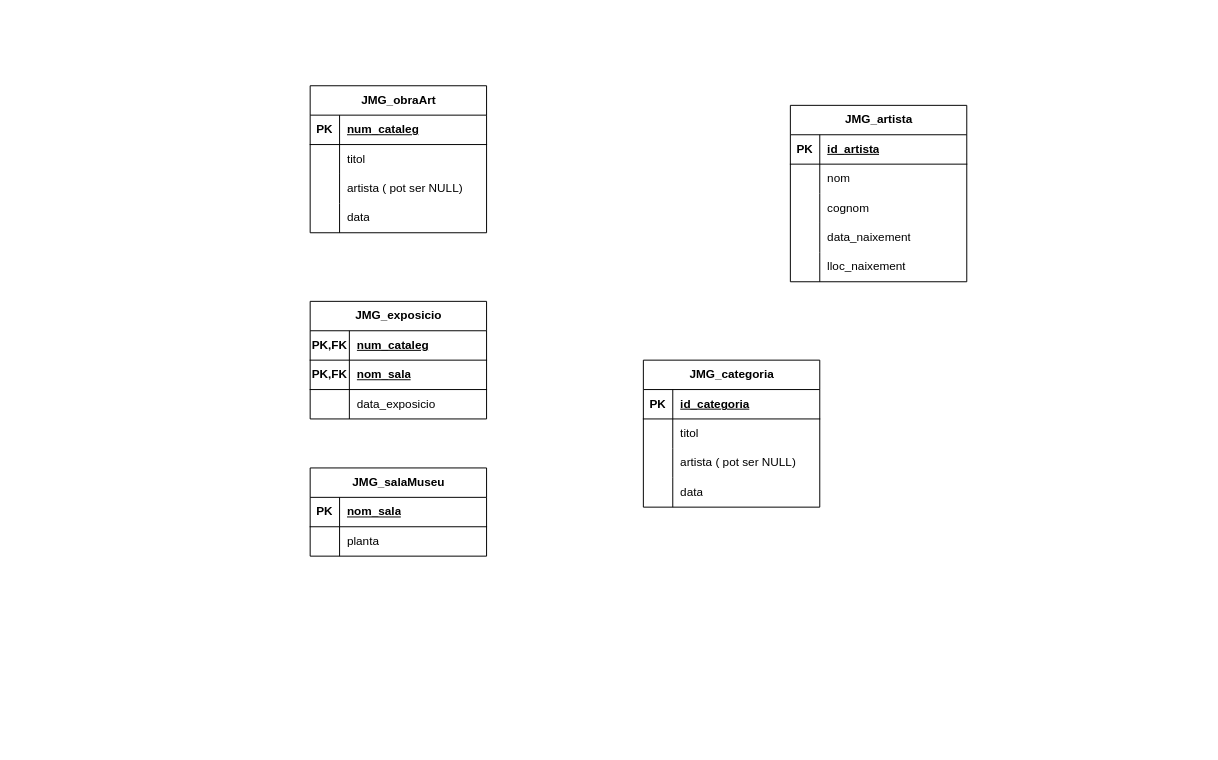
Jordi-debug/Hello-Git keeps this draw.io diagram as examen.drawio. Above is the earlier version. Source tidied: cells renumbered, new cells numbered last; positions are measured from the earlier drawing's top-left corner, leaving out a move shared by most shapes. Both pictures are drawn from the tidied source at 98%, with x=0, y=0 at pixel (310, 85).
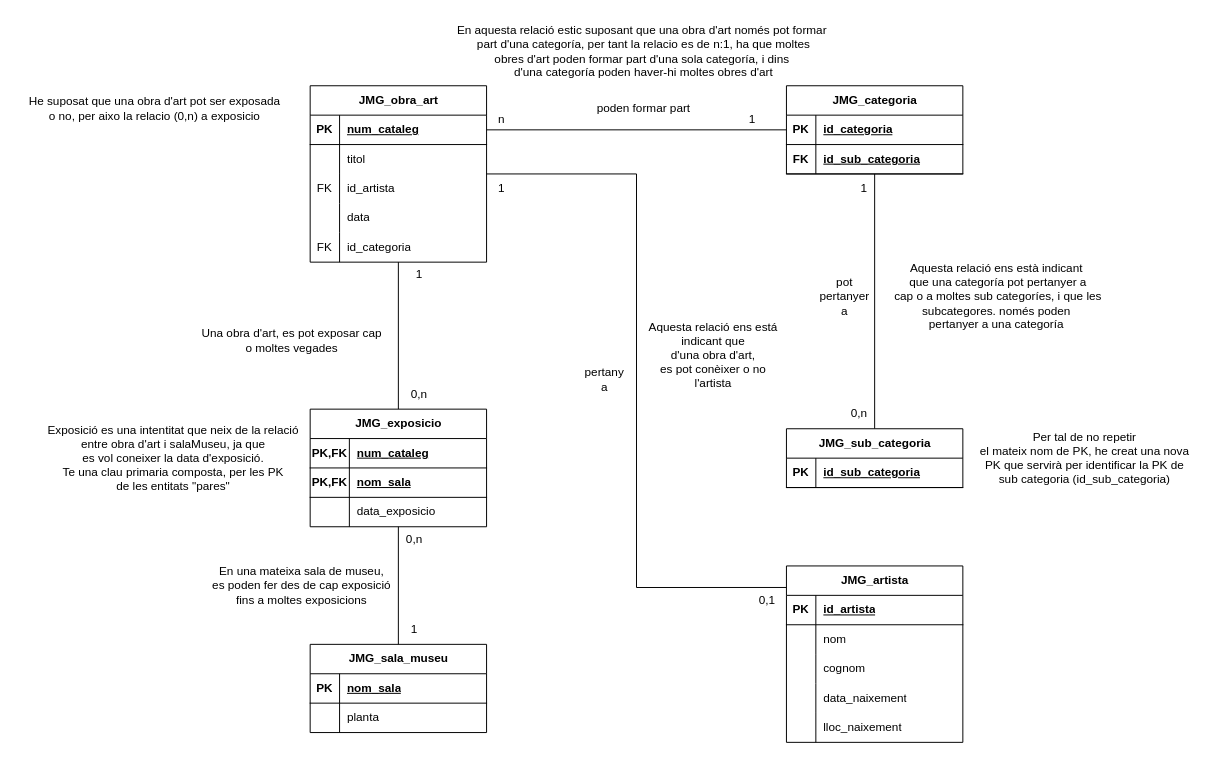
The same diagram, later.

Unchanged cells that the change refers to:
```xml
<mxCell id="3" style="shape=tableRow;horizontal=0;startSize=0;swimlaneHead=0;swimlaneBody=0;fillColor=none;points=[[0,0.5],[1,0.5]];portConstraint=eastwest;top=0;left=0;right=0;bottom=1;" parent="2" vertex="1">
  <mxGeometry y="30" width="180" height="30" as="geometry" />
</mxCell>
<mxCell id="9" style="shape=tableRow;horizontal=0;startSize=0;swimlaneHead=0;swimlaneBody=0;fillColor=none;top=0;left=0;right=0;bottom=0;" parent="2" vertex="1">
  <mxGeometry y="90" width="180" height="30" as="geometry" />
</mxCell>
<mxCell id="49" style="shape=tableRow;horizontal=0;startSize=0;swimlaneHead=0;swimlaneBody=0;fillColor=none;points=[[0,0.5],[1,0.5]];portConstraint=eastwest;top=0;left=0;right=0;bottom=1;" parent="48" vertex="1">
  <mxGeometry y="30" width="180" height="30" as="geometry" />
</mxCell>
```

Change to the diagram source:
```diff
@@
+    <mxCell id="61" style="edgeStyle=orthogonalEdgeStyle;rounded=0;jettySize=auto;html=1;entryX=0.5;entryY=0;entryDx=0;entryDy=0;endArrow=none;endFill=0;" parent="1" edge="1" source="2" target="38">
+      <mxGeometry relative="1" as="geometry" />
+    </mxCell>
-    <mxCell id="2" value="JMG_obraArt" style="shape=table;startSize=30;childLayout=tableLayout;rowLines=0;fontStyle=1;align=center;html=1;" parent="1" vertex="1">
-      <mxGeometry width="180" height="150" as="geometry" />
+    <mxCell id="2" value="JMG_obra_art" style="shape=table;startSize=30;childLayout=tableLayout;rowLines=0;fontStyle=1;align=center;html=1;" parent="1" vertex="1">
+      <mxGeometry width="180" height="180" as="geometry" />
     </mxCell>
@@
-    <mxCell id="10" style="shape=partialRectangle;fillColor=none;top=0;left=0;bottom=0;right=0;overflow=hidden;whiteSpace=wrap;html=1;" parent="9" vertex="1">
+    <mxCell id="10" value="FK" style="shape=partialRectangle;fillColor=none;top=0;left=0;bottom=0;right=0;overflow=hidden;whiteSpace=wrap;html=1;" parent="9" vertex="1">
       <mxGeometry width="30" height="30" as="geometry" />
     </mxCell>
-    <mxCell id="11" value="artista ( pot ser NULL)" style="shape=partialRectangle;fillColor=none;top=0;left=0;bottom=0;right=0;align=left;spacingLeft=6;overflow=hidden;whiteSpace=wrap;html=1;" parent="9" vertex="1">
+    <mxCell id="11" value="id_artista" style="shape=partialRectangle;fillColor=none;top=0;left=0;bottom=0;right=0;align=left;spacingLeft=6;overflow=hidden;whiteSpace=wrap;html=1;" parent="9" vertex="1">
       <mxGeometry x="30" width="150" height="30" as="geometry" />
     </mxCell>
@@
+    <mxCell id="62" style="shape=tableRow;horizontal=0;startSize=0;swimlaneHead=0;swimlaneBody=0;fillColor=none;top=0;left=0;right=0;bottom=0;" parent="2" vertex="1">
+      <mxGeometry y="150" width="180" height="30" as="geometry" />
+    </mxCell>
+    <mxCell id="63" value="FK" style="shape=partialRectangle;fillColor=none;top=0;left=0;bottom=0;right=0;overflow=hidden;whiteSpace=wrap;html=1;" parent="62" vertex="1">
+      <mxGeometry width="30" height="30" as="geometry" />
+    </mxCell>
+    <mxCell id="64" value="id_categoria" style="shape=partialRectangle;fillColor=none;top=0;left=0;bottom=0;right=0;align=left;spacingLeft=6;overflow=hidden;whiteSpace=wrap;html=1;" parent="62" vertex="1">
+      <mxGeometry x="30" width="150" height="30" as="geometry" />
+    </mxCell>
     <mxCell id="15" value="JMG_artista" style="shape=table;startSize=30;childLayout=tableLayout;rowLines=0;fontStyle=1;align=center;html=1;" parent="1" vertex="1">
-      <mxGeometry x="490" y="20" width="180" height="180" as="geometry" />
+      <mxGeometry x="486" y="490" width="180" height="180" as="geometry" />
     </mxCell>
@@
-    <mxCell id="31" value="JMG_salaMuseu" style="shape=table;startSize=30;childLayout=tableLayout;rowLines=0;fontStyle=1;align=center;html=1;" parent="1" vertex="1">
-      <mxGeometry y="390" width="180" height="90" as="geometry" />
+    <mxCell id="31" value="JMG_sala_museu" style="shape=table;startSize=30;childLayout=tableLayout;rowLines=0;fontStyle=1;align=center;html=1;" parent="1" vertex="1">
+      <mxGeometry y="570" width="180" height="90" as="geometry" />
     </mxCell>
@@
+    <mxCell id="65" style="edgeStyle=orthogonalEdgeStyle;rounded=0;jettySize=auto;html=1;entryX=0.5;entryY=0;entryDx=0;entryDy=0;endArrow=none;endFill=0;" parent="1" edge="1" source="38" target="31">
+      <mxGeometry relative="1" as="geometry" />
+    </mxCell>
     <mxCell id="38" value="JMG_exposicio" style="shape=table;startSize=30;childLayout=tableLayout;rowLines=0;fontStyle=1;align=center;html=1;" parent="1" vertex="1">
-      <mxGeometry y="220" width="180" height="120" as="geometry" />
+      <mxGeometry y="330" width="180" height="120" as="geometry" />
     </mxCell>
@@
+    <mxCell id="66" style="edgeStyle=orthogonalEdgeStyle;rounded=0;jettySize=auto;html=1;entryX=0.5;entryY=0;entryDx=0;entryDy=0;endArrow=none;endFill=0;" parent="1" edge="1" source="48" target="71">
+      <mxGeometry relative="1" as="geometry" />
+    </mxCell>
     <mxCell id="48" value="JMG_categoria" style="shape=table;startSize=30;childLayout=tableLayout;rowLines=0;fontStyle=1;align=center;html=1;" parent="1" vertex="1">
-      <mxGeometry x="340" y="280" width="180" height="150" as="geometry" />
+      <mxGeometry x="486" width="180" height="90" as="geometry" />
     </mxCell>
@@
-    <mxCell id="52" style="shape=tableRow;horizontal=0;startSize=0;swimlaneHead=0;swimlaneBody=0;fillColor=none;top=0;left=0;right=0;bottom=0;" parent="48" vertex="1">
-      <mxGeometry y="60" width="180" height="30" as="geometry" />
-    </mxCell>
-    <mxCell id="53" style="shape=partialRectangle;fillColor=none;top=0;left=0;bottom=0;right=0;overflow=hidden;whiteSpace=wrap;html=1;" parent="52" vertex="1">
-      <mxGeometry width="30" height="30" as="geometry" />
-    </mxCell>
-    <mxCell id="54" value="titol" style="shape=partialRectangle;fillColor=none;top=0;left=0;bottom=0;right=0;align=left;spacingLeft=6;overflow=hidden;whiteSpace=wrap;html=1;" parent="52" vertex="1">
-      <mxGeometry x="30" width="150" height="30" as="geometry" />
-    </mxCell>
-    <mxCell id="55" style="shape=tableRow;horizontal=0;startSize=0;swimlaneHead=0;swimlaneBody=0;fillColor=none;top=0;left=0;right=0;bottom=0;" parent="48" vertex="1">
-      <mxGeometry y="90" width="180" height="30" as="geometry" />
-    </mxCell>
-    <mxCell id="56" style="shape=partialRectangle;fillColor=none;top=0;left=0;bottom=0;right=0;overflow=hidden;whiteSpace=wrap;html=1;" parent="55" vertex="1">
-      <mxGeometry width="30" height="30" as="geometry" />
-    </mxCell>
-    <mxCell id="57" value="artista ( pot ser NULL)" style="shape=partialRectangle;fillColor=none;top=0;left=0;bottom=0;right=0;align=left;spacingLeft=6;overflow=hidden;whiteSpace=wrap;html=1;" parent="55" vertex="1">
-      <mxGeometry x="30" width="150" height="30" as="geometry" />
-    </mxCell>
-    <mxCell id="58" style="shape=tableRow;horizontal=0;startSize=0;swimlaneHead=0;swimlaneBody=0;fillColor=none;top=0;left=0;right=0;bottom=0;" parent="48" vertex="1">
-      <mxGeometry y="120" width="180" height="30" as="geometry" />
-    </mxCell>
-    <mxCell id="59" style="shape=partialRectangle;fillColor=none;top=0;left=0;bottom=0;right=0;overflow=hidden;whiteSpace=wrap;html=1;" parent="58" vertex="1">
-      <mxGeometry width="30" height="30" as="geometry" />
-    </mxCell>
-    <mxCell id="60" value="data" style="shape=partialRectangle;fillColor=none;top=0;left=0;bottom=0;right=0;align=left;spacingLeft=6;overflow=hidden;whiteSpace=wrap;html=1;" parent="58" vertex="1">
-      <mxGeometry x="30" width="150" height="30" as="geometry" />
-    </mxCell>
+    <mxCell id="67" style="shape=tableRow;horizontal=0;startSize=0;swimlaneHead=0;swimlaneBody=0;fillColor=none;top=0;left=0;right=0;bottom=1;" parent="48" vertex="1">
+      <mxGeometry y="60" width="180" height="30" as="geometry" />
+    </mxCell>
+    <mxCell id="68" value="FK" style="shape=partialRectangle;fillColor=none;top=0;left=0;bottom=0;right=0;fontStyle=1;overflow=hidden;whiteSpace=wrap;html=1;" parent="67" vertex="1">
+      <mxGeometry width="30" height="30" as="geometry" />
+    </mxCell>
+    <mxCell id="69" value="id_sub_categoria" style="shape=partialRectangle;fillColor=none;top=0;left=0;bottom=0;right=0;align=left;spacingLeft=6;fontStyle=5;overflow=hidden;whiteSpace=wrap;html=1;" parent="67" vertex="1">
+      <mxGeometry x="30" width="150" height="30" as="geometry" />
+    </mxCell>
+    <mxCell id="70" style="edgeStyle=orthogonalEdgeStyle;rounded=0;jettySize=auto;html=1;entryX=0;entryY=0.5;entryDx=0;entryDy=0;endArrow=none;endFill=0;" parent="1" edge="1" source="3" target="49">
+      <mxGeometry relative="1" as="geometry" />
+    </mxCell>
+    <mxCell id="71" value="JMG_sub_categoria" style="shape=table;startSize=30;childLayout=tableLayout;rowLines=0;fontStyle=1;align=center;html=1;" parent="1" vertex="1">
+      <mxGeometry x="486" y="350" width="180" height="60" as="geometry" />
+    </mxCell>
+    <mxCell id="72" style="shape=tableRow;horizontal=0;startSize=0;swimlaneHead=0;swimlaneBody=0;fillColor=none;top=0;left=0;right=0;bottom=1;" parent="71" vertex="1">
+      <mxGeometry y="30" width="180" height="30" as="geometry" />
+    </mxCell>
+    <mxCell id="73" value="PK" style="shape=partialRectangle;fillColor=none;top=0;left=0;bottom=0;right=0;fontStyle=1;overflow=hidden;whiteSpace=wrap;html=1;" parent="72" vertex="1">
+      <mxGeometry width="30" height="30" as="geometry" />
+    </mxCell>
+    <mxCell id="74" value="id_sub_categoria" style="shape=partialRectangle;fillColor=none;top=0;left=0;bottom=0;right=0;align=left;spacingLeft=6;fontStyle=5;overflow=hidden;whiteSpace=wrap;html=1;" parent="72" vertex="1">
+      <mxGeometry x="30" width="150" height="30" as="geometry" />
+    </mxCell>
+    <mxCell id="75" style="edgeStyle=orthogonalEdgeStyle;rounded=0;jettySize=auto;html=1;entryX=0;entryY=0.122;entryDx=0;entryDy=0;entryPerimeter=0;endArrow=none;endFill=0;" parent="1" edge="1" source="2" target="15">
+      <mxGeometry relative="1" as="geometry" />
+    </mxCell>
+    <mxCell id="76" value="&lt;div&gt;Per tal de no repetir &lt;br&gt;&lt;/div&gt;&lt;div&gt;el mateix nom de PK, he creat una nova&lt;/div&gt;&lt;div&gt;PK que servirà per identificar la PK de&lt;/div&gt;&lt;div&gt;sub categoria (id_sub_categoria)&lt;br&gt;&lt;/div&gt;" style="text;html=1;align=center;verticalAlign=middle;strokeColor=none;fillColor=none;" parent="1" vertex="1">
+      <mxGeometry x="670" y="345" width="240" height="70" as="geometry" />
+    </mxCell>
+    <mxCell id="77" value="1" style="text;html=1;align=center;verticalAlign=middle;strokeColor=none;fillColor=none;" parent="1" vertex="1">
+      <mxGeometry x="550" y="90" width="30" height="30" as="geometry" />
+    </mxCell>
+    <mxCell id="78" value="0,n" style="text;html=1;align=center;verticalAlign=middle;strokeColor=none;fillColor=none;" parent="1" vertex="1">
+      <mxGeometry x="540" y="320" width="40" height="30" as="geometry" />
+    </mxCell>
+    <mxCell id="79" value="&lt;div&gt;pot&lt;/div&gt;&lt;div&gt;pertanyer &lt;br&gt;&lt;/div&gt;&lt;div&gt;a&lt;br&gt;&lt;/div&gt;" style="text;html=1;align=center;verticalAlign=middle;strokeColor=none;fillColor=none;" parent="1" vertex="1">
+      <mxGeometry x="510" y="185" width="70" height="60" as="geometry" />
+    </mxCell>
+    <mxCell id="80" value="&lt;div&gt;Aquesta relació ens està indicant&lt;/div&gt;&lt;div&gt;&amp;nbsp;que una categoría pot pertanyer a&lt;/div&gt;&lt;div&gt;&amp;nbsp;cap o a moltes sub categoríes, i que les &lt;br&gt;&lt;/div&gt;&lt;div&gt;subcategores. només poden &lt;br&gt;&lt;/div&gt;&lt;div&gt;pertanyer a una categoría&lt;br&gt;&lt;/div&gt;" style="text;html=1;align=center;verticalAlign=middle;strokeColor=none;fillColor=none;" parent="1" vertex="1">
+      <mxGeometry x="580" y="170" width="240" height="90" as="geometry" />
+    </mxCell>
+    <mxCell id="81" value="1" style="text;html=1;align=center;verticalAlign=middle;strokeColor=none;fillColor=none;" parent="1" vertex="1">
+      <mxGeometry x="180" y="90" width="30" height="30" as="geometry" />
+    </mxCell>
+    <mxCell id="82" value="0,1" style="text;html=1;align=center;verticalAlign=middle;strokeColor=none;fillColor=none;" parent="1" vertex="1">
+      <mxGeometry x="446" y="510" width="40" height="30" as="geometry" />
+    </mxCell>
+    <mxCell id="83" value="&lt;div&gt;pertany&lt;/div&gt;&lt;div&gt;a&lt;br&gt;&lt;/div&gt;" style="text;html=1;align=center;verticalAlign=middle;strokeColor=none;fillColor=none;" parent="1" vertex="1">
+      <mxGeometry x="270" y="280" width="60" height="40" as="geometry" />
+    </mxCell>
+    <mxCell id="84" value="&lt;div&gt;Aquesta relació ens está&lt;/div&gt;&lt;div&gt;&amp;nbsp;indicant que&amp;nbsp;&lt;/div&gt;&lt;div&gt;d'una obra d'art,&lt;/div&gt;&lt;div&gt;es pot conèixer o no &lt;br&gt;&lt;/div&gt;&lt;div&gt;l'artista&lt;br&gt;&lt;/div&gt;" style="text;html=1;align=center;verticalAlign=middle;strokeColor=none;fillColor=none;" parent="1" vertex="1">
+      <mxGeometry x="336" y="230" width="150" height="90" as="geometry" />
+    </mxCell>
+    <mxCell id="85" value="1" style="text;html=1;align=center;verticalAlign=middle;strokeColor=none;fillColor=none;" parent="1" vertex="1">
+      <mxGeometry x="96" y="178" width="30" height="30" as="geometry" />
+    </mxCell>
+    <mxCell id="86" value="0,n" style="text;html=1;align=center;verticalAlign=middle;strokeColor=none;fillColor=none;" parent="1" vertex="1">
+      <mxGeometry x="91" y="300" width="40" height="30" as="geometry" />
+    </mxCell>
+    <mxCell id="87" value="n" style="text;html=1;align=center;verticalAlign=middle;strokeColor=none;fillColor=none;" parent="1" vertex="1">
+      <mxGeometry x="180" y="20" width="30" height="30" as="geometry" />
+    </mxCell>
+    <mxCell id="88" value="&lt;div&gt;1&lt;/div&gt;" style="text;html=1;align=center;verticalAlign=middle;strokeColor=none;fillColor=none;" parent="1" vertex="1">
+      <mxGeometry x="436" y="20" width="30" height="30" as="geometry" />
+    </mxCell>
+    <mxCell id="89" value="poden formar part" style="text;html=1;align=center;verticalAlign=middle;strokeColor=none;fillColor=none;" parent="1" vertex="1">
+      <mxGeometry x="280" y="8" width="120" height="30" as="geometry" />
+    </mxCell>
+    <mxCell id="90" value="&lt;div&gt;En aquesta relació estic suposant que una obra d'art només pot formar&amp;nbsp;&lt;/div&gt;&lt;div&gt;part d'una categoría, per tant la relacio es de n:1, ha que moltes &lt;br&gt;&lt;/div&gt;&lt;div&gt;obres d'art poden formar part d'una sola categoría, i dins&amp;nbsp;&lt;/div&gt;&lt;div&gt;d'una categoría poden haver-hi moltes obres d'art&lt;br&gt;&lt;/div&gt;" style="text;html=1;align=center;verticalAlign=middle;strokeColor=none;fillColor=none;" parent="1" vertex="1">
+      <mxGeometry x="140" y="-70" width="400" height="70" as="geometry" />
+    </mxCell>
+    <mxCell id="91" value="1" style="text;html=1;align=center;verticalAlign=middle;strokeColor=none;fillColor=none;" parent="1" vertex="1">
+      <mxGeometry x="91" y="540" width="30" height="30" as="geometry" />
+    </mxCell>
+    <mxCell id="92" value="0,n" style="text;html=1;align=center;verticalAlign=middle;strokeColor=none;fillColor=none;" parent="1" vertex="1">
+      <mxGeometry x="86" y="448" width="40" height="30" as="geometry" />
+    </mxCell>
+    <mxCell id="93" value="&lt;div&gt;En una mateixa sala de museu,&lt;/div&gt;&lt;div&gt;&amp;nbsp;es poden fer des de cap exposició&amp;nbsp;&lt;/div&gt;&lt;div&gt;fins a moltes exposicions&lt;br&gt;&lt;/div&gt;" style="text;html=1;align=center;verticalAlign=middle;strokeColor=none;fillColor=none;" parent="1" vertex="1">
+      <mxGeometry x="-114" y="480" width="210" height="60" as="geometry" />
+    </mxCell>
+    <mxCell id="94" value="&lt;div&gt;Una obra d'art, es pot exposar cap&lt;/div&gt;&lt;div&gt;o moltes vegades&lt;br&gt;&lt;/div&gt;" style="text;html=1;align=center;verticalAlign=middle;strokeColor=none;fillColor=none;" parent="1" vertex="1">
+      <mxGeometry x="-124" y="240" width="210" height="40" as="geometry" />
+    </mxCell>
+    <mxCell id="95" value="&lt;div&gt;Exposició es una intentitat que neix de la relació &lt;br&gt;&lt;/div&gt;&lt;div&gt;entre obra d'art i salaMuseu, ja que&lt;/div&gt;&lt;div&gt;es vol coneixer la data d'exposició.&lt;/div&gt;&lt;div&gt;Te una clau primaria composta, per les PK&lt;/div&gt;&lt;div&gt;de les entitats &quot;pares&quot;&lt;br&gt;&lt;/div&gt;" style="text;html=1;align=center;verticalAlign=middle;strokeColor=none;fillColor=none;" parent="1" vertex="1">
+      <mxGeometry x="-280" y="335" width="280" height="90" as="geometry" />
+    </mxCell>
+    <mxCell id="96" value="&lt;div&gt;He suposat que una obra d'art pot ser exposada &lt;br&gt;&lt;/div&gt;&lt;div&gt;o no, per aixo la relacio (0,n) a exposicio&lt;br&gt;&lt;/div&gt;" style="text;html=1;align=center;verticalAlign=middle;strokeColor=none;fillColor=none;" parent="1" vertex="1">
+      <mxGeometry x="-299" y="3" width="280" height="40" as="geometry" />
+    </mxCell>
```
